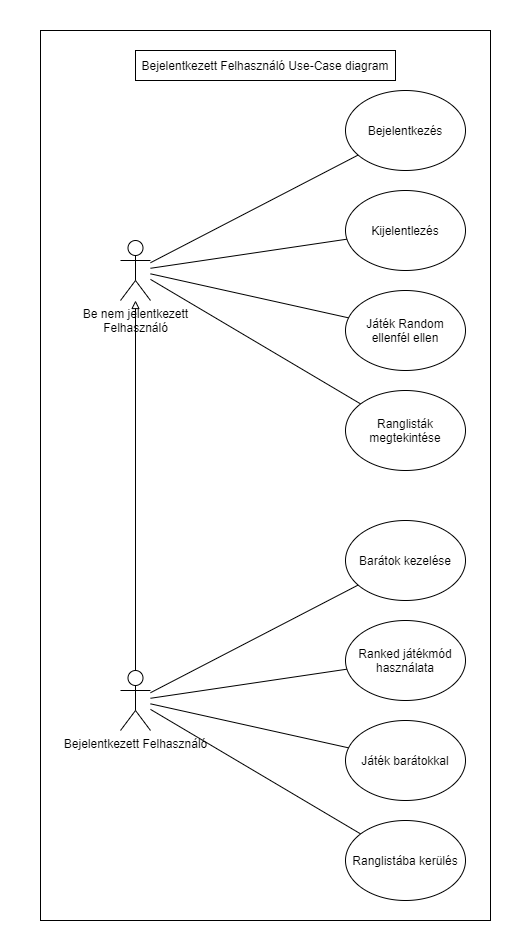
Before: Images/BejFelhUseCase.png, a diagram exported from draw.io (devidbordas/sweng_STG). Source tidied: cells renumbered, new cells last; positions are measured from the earlier drawing's top-left corner, leaving out a move shared by most shapes.
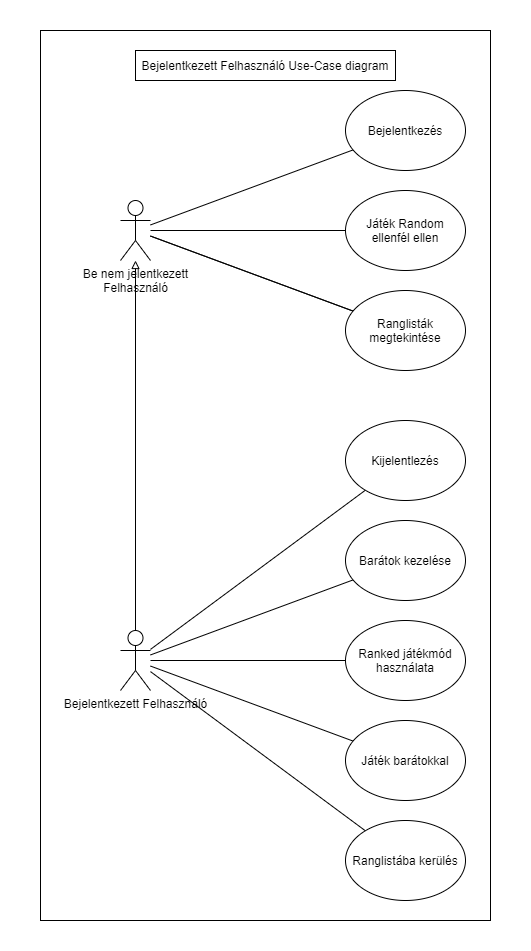
Above is the later version.

Commit message:
Kép javítása

What changed in the source:
```diff
@@ -14,14 +14,14 @@
     <mxCell id="5" style="edgeStyle=none;rounded=0;jettySize=auto;html=1;endArrow=none;endFill=0;" parent="1" edge="1" source="8" target="12">
       <mxGeometry relative="1" as="geometry" />
     </mxCell>
-    <mxCell id="6" style="edgeStyle=none;rounded=0;jettySize=auto;html=1;endArrow=none;endFill=0;" parent="1" edge="1" source="8" target="13">
+    <mxCell id="6" style="edgeStyle=none;rounded=0;jettySize=auto;html=1;endArrow=none;endFill=0;" parent="1" edge="1" source="20" target="13">
       <mxGeometry relative="1" as="geometry" />
     </mxCell>
-    <mxCell id="7" style="edgeStyle=none;rounded=0;jettySize=auto;html=1;endArrow=none;endFill=0;" parent="1" edge="1" source="8" target="14">
+    <mxCell id="7" style="edgeStyle=none;rounded=0;jettySize=auto;html=1;endArrow=none;endFill=0;startArrow=none;" parent="1" edge="1" source="8" target="14">
       <mxGeometry relative="1" as="geometry" />
     </mxCell>
     <mxCell id="8" value="Be nem jelentkezett&lt;br&gt;Felhasználó" style="shape=umlActor;verticalLabelPosition=bottom;verticalAlign=top;html=1;outlineConnect=0;" parent="1" vertex="1">
-      <mxGeometry x="120" y="240" width="30" height="60" as="geometry" />
+      <mxGeometry x="120" y="200" width="30" height="60" as="geometry" />
     </mxCell>
     <mxCell id="9" style="edgeStyle=none;rounded=0;orthogonalLoop=1;jettySize=auto;html=1;endArrow=none;" parent="1" edge="1">
       <mxGeometry relative="1" as="geometry">
@@ -34,17 +34,14 @@
         <mxPoint x="380" y="690" as="targetPoint" />
       </mxGeometry>
     </mxCell>
-    <mxCell id="11" value="Ranglisták megtekintése" style="ellipse;whiteSpace=wrap;html=1;" parent="1" vertex="1">
-      <mxGeometry x="345" y="390" width="120" height="80" as="geometry" />
-    </mxCell>
     <mxCell id="12" value="Bejelentkezés" style="ellipse;whiteSpace=wrap;html=1;" parent="1" vertex="1">
       <mxGeometry x="345" y="90" width="120" height="80" as="geometry" />
     </mxCell>
     <mxCell id="13" value="Kijelentlezés" style="ellipse;whiteSpace=wrap;html=1;" parent="1" vertex="1">
-      <mxGeometry x="345" y="190" width="120" height="80" as="geometry" />
+      <mxGeometry x="345" y="420" width="120" height="80" as="geometry" />
     </mxCell>
     <mxCell id="14" value="Játék Random ellenfél ellen" style="ellipse;whiteSpace=wrap;html=1;" parent="1" vertex="1">
-      <mxGeometry x="345" y="290" width="120" height="80" as="geometry" />
+      <mxGeometry x="345" y="190" width="120" height="80" as="geometry" />
     </mxCell>
     <mxCell id="15" style="edgeStyle=none;rounded=0;jettySize=auto;html=1;endArrow=none;endFill=0;" parent="1" edge="1" source="20" target="21">
       <mxGeometry relative="1" as="geometry" />
@@ -62,7 +59,7 @@
       <mxGeometry relative="1" as="geometry" />
     </mxCell>
     <mxCell id="20" value="Bejelentkezett Felhasználó" style="shape=umlActor;verticalLabelPosition=bottom;verticalAlign=top;html=1;outlineConnect=0;" parent="1" vertex="1">
-      <mxGeometry x="120" y="670" width="30" height="60" as="geometry" />
+      <mxGeometry x="120" y="630" width="30" height="60" as="geometry" />
     </mxCell>
     <mxCell id="21" value="Barátok kezelése" style="ellipse;whiteSpace=wrap;html=1;" parent="1" vertex="1">
       <mxGeometry x="345" y="520" width="120" height="80" as="geometry" />
@@ -79,5 +76,11 @@
     <mxCell id="25" value="Bejelentkezett Felhasználó Use-Case diagram" style="rounded=0;whiteSpace=wrap;html=1;" parent="1" vertex="1">
       <mxGeometry x="135" y="50" width="260" height="30" as="geometry" />
     </mxCell>
+    <mxCell id="11" value="Ranglisták megtekintése" style="ellipse;whiteSpace=wrap;html=1;" parent="1" vertex="1">
+      <mxGeometry x="345" y="290" width="120" height="80" as="geometry" />
+    </mxCell>
+    <mxCell id="26" style="edgeStyle=none;rounded=0;jettySize=auto;html=1;endArrow=none;endFill=0;" parent="1" edge="1" source="8" target="11">
+      <mxGeometry relative="1" as="geometry" />
+    </mxCell>
   </root>
 </mxGraphModel>
```
